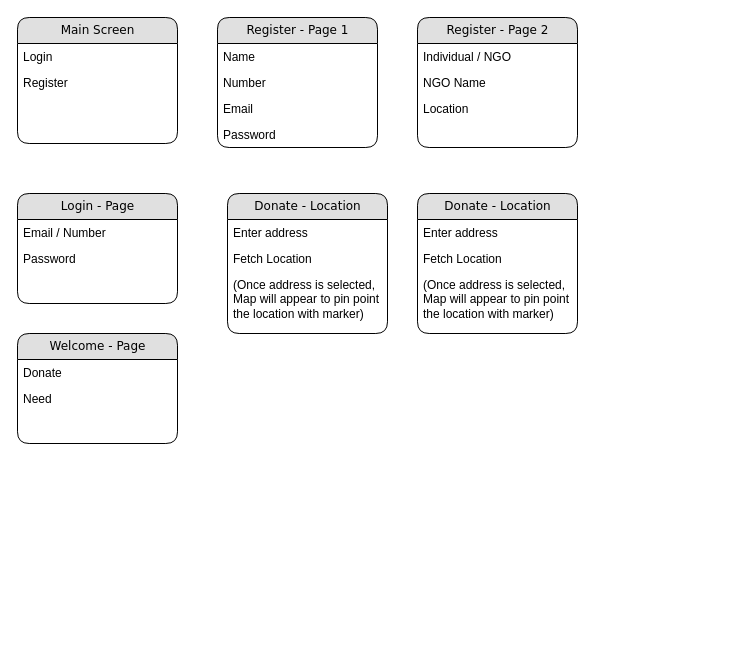
snmjack/donate_app keeps this draw.io diagram as flowchart/flowchar1.drawio. Above is the earlier version. Source tidied: cells renumbered, new cells numbered last; positions are measured from the earlier drawing's top-left corner, leaving out a move shared by most shapes. Both pictures are drawn from the tidied source at 100%, with x=0, y=0 at pixel (17, 17).
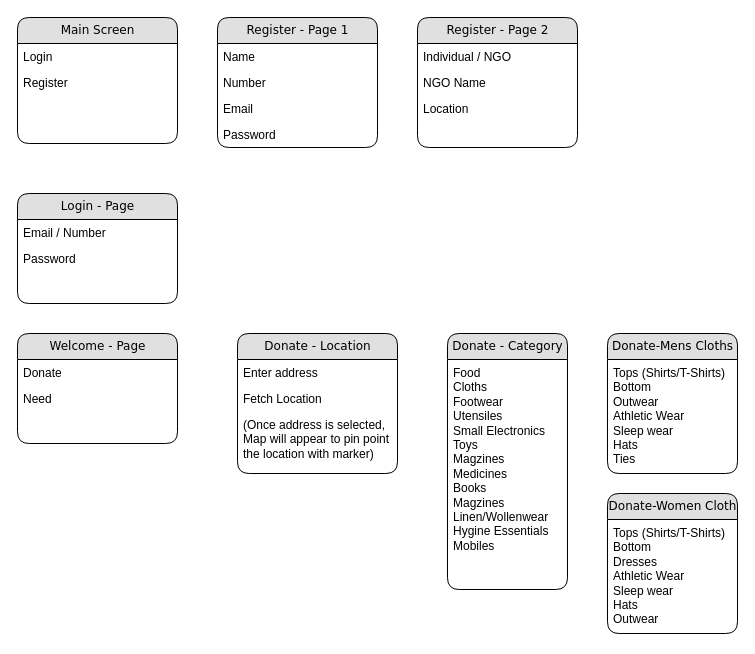
The same diagram, later.

Diff of the diagram source:
```diff
@@
     <mxCell id="20" value="Donate - Location" style="swimlane;html=1;fontStyle=0;horizontal=1;startSize=26;fillColor=#e0e0e0;swimlaneFillColor=#ffffff;align=center;rounded=1;shadow=0;comic=0;labelBackgroundColor=none;strokeWidth=1;fontFamily=Verdana;fontSize=12;" parent="1" vertex="1">
-      <mxGeometry x="210" y="176" width="160" height="140" as="geometry" />
+      <mxGeometry x="220" y="316" width="160" height="140" as="geometry" />
     </mxCell>
@@
-    <mxCell id="24" value="Donate - Location" style="swimlane;html=1;fontStyle=0;horizontal=1;startSize=26;fillColor=#e0e0e0;swimlaneFillColor=#ffffff;align=center;rounded=1;shadow=0;comic=0;labelBackgroundColor=none;strokeWidth=1;fontFamily=Verdana;fontSize=12;" parent="1" vertex="1">
-      <mxGeometry x="400" y="176" width="160" height="140" as="geometry" />
+    <mxCell id="24" value="Donate - Category" style="swimlane;html=1;fontStyle=0;horizontal=1;startSize=26;fillColor=#e0e0e0;swimlaneFillColor=#ffffff;align=center;rounded=1;shadow=0;comic=0;labelBackgroundColor=none;strokeWidth=1;fontFamily=Verdana;fontSize=12;" parent="1" vertex="1">
+      <mxGeometry x="430" y="316" width="120" height="256" as="geometry" />
     </mxCell>
-    <mxCell id="25" value="Enter address" style="text;html=1;strokeColor=none;fillColor=none;spacingLeft=4;spacingRight=4;whiteSpace=wrap;overflow=hidden;" parent="24" vertex="1">
-      <mxGeometry y="26" width="160" height="26" as="geometry" />
-    </mxCell>
-    <mxCell id="26" value="Fetch Location" style="text;html=1;strokeColor=none;fillColor=none;spacingLeft=4;spacingRight=4;whiteSpace=wrap;overflow=hidden;" parent="24" vertex="1">
-      <mxGeometry y="52" width="160" height="26" as="geometry" />
-    </mxCell>
-    <mxCell id="27" value="(Once address is selected, Map will appear to pin point the location with marker)" style="text;html=1;strokeColor=none;fillColor=none;spacingLeft=4;spacingRight=4;whiteSpace=wrap;overflow=hidden;" parent="24" vertex="1">
-      <mxGeometry y="78" width="160" height="52" as="geometry" />
+    <mxCell id="27" value="Food&lt;br&gt;Cloths&lt;br&gt;Footwear&lt;br&gt;Utensiles&lt;br&gt;Small Electronics&lt;br&gt;Toys&lt;br&gt;Magzines&lt;br&gt;Medicines&lt;br&gt;Books&lt;br&gt;Magzines&lt;br&gt;Linen/Wollenwear&lt;br&gt;Hygine Essentials&lt;br&gt;Mobiles" style="text;html=1;strokeColor=none;fillColor=none;spacingLeft=4;spacingRight=4;whiteSpace=wrap;overflow=hidden;" parent="24" vertex="1">
+      <mxGeometry y="26" width="120" height="230" as="geometry" />
     </mxCell>
+    <mxCell id="28" value="Donate-Mens Cloths" style="swimlane;html=1;fontStyle=0;horizontal=1;startSize=26;fillColor=#e0e0e0;swimlaneFillColor=#ffffff;align=center;rounded=1;shadow=0;comic=0;labelBackgroundColor=none;strokeWidth=1;fontFamily=Verdana;fontSize=12;" parent="1" vertex="1">
+      <mxGeometry x="590" y="316" width="130" height="140" as="geometry" />
+    </mxCell>
+    <mxCell id="29" value="Tops (Shirts/T-Shirts)&lt;br&gt;Bottom&lt;br&gt;Outwear&lt;br&gt;Athletic Wear&lt;br&gt;Sleep wear&lt;br&gt;Hats&lt;br&gt;Ties&lt;br&gt;" style="text;html=1;strokeColor=none;fillColor=none;spacingLeft=4;spacingRight=4;whiteSpace=wrap;overflow=hidden;" parent="28" vertex="1">
+      <mxGeometry y="26" width="130" height="114" as="geometry" />
+    </mxCell>
+    <mxCell id="30" value="Donate-Women Cloth" style="swimlane;html=1;fontStyle=0;horizontal=1;startSize=26;fillColor=#e0e0e0;swimlaneFillColor=#ffffff;align=center;rounded=1;shadow=0;comic=0;labelBackgroundColor=none;strokeWidth=1;fontFamily=Verdana;fontSize=12;" parent="1" vertex="1">
+      <mxGeometry x="590" y="476" width="130" height="140" as="geometry" />
+    </mxCell>
+    <mxCell id="31" value="Tops (Shirts/T-Shirts)&lt;br&gt;Bottom&lt;br&gt;Dresses&lt;br&gt;Athletic Wear&lt;br&gt;Sleep wear&lt;br&gt;Hats&lt;br&gt;Outwear" style="text;html=1;strokeColor=none;fillColor=none;spacingLeft=4;spacingRight=4;whiteSpace=wrap;overflow=hidden;" parent="30" vertex="1">
+      <mxGeometry y="26" width="130" height="114" as="geometry" />
+    </mxCell>
```
